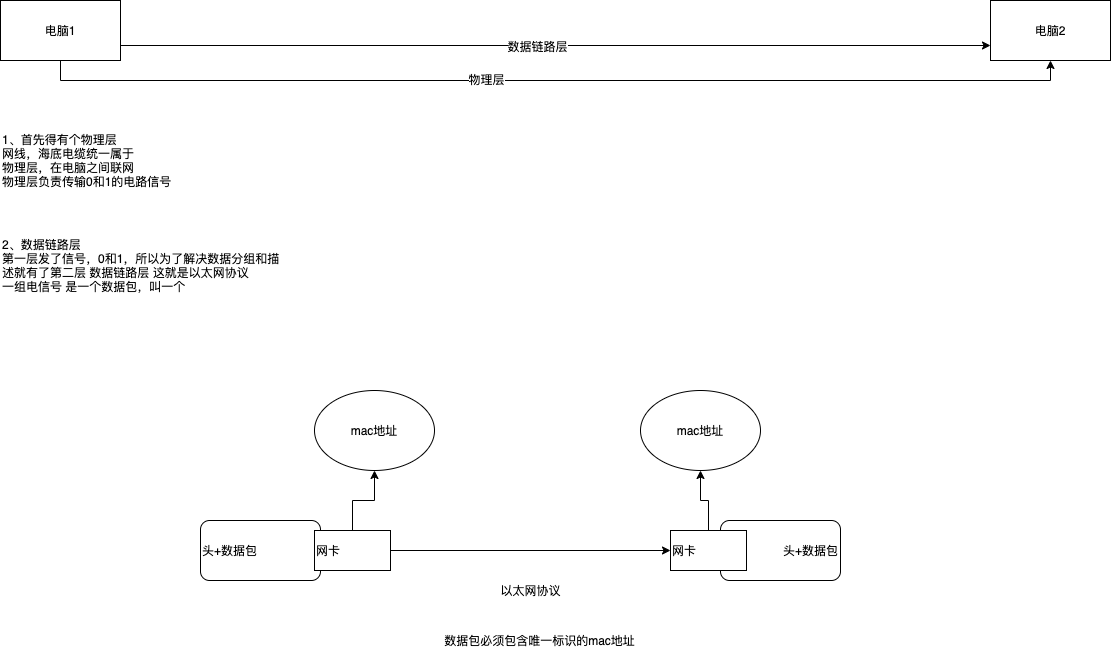
The draw.io diagram cs/tcp-ip-model.png in sivanbil/architecthure-diagram, before a commit. Source tidied: cells renumbered, new cells last; positions are measured from the earlier drawing's top-left corner, leaving out a move shared by most shapes.
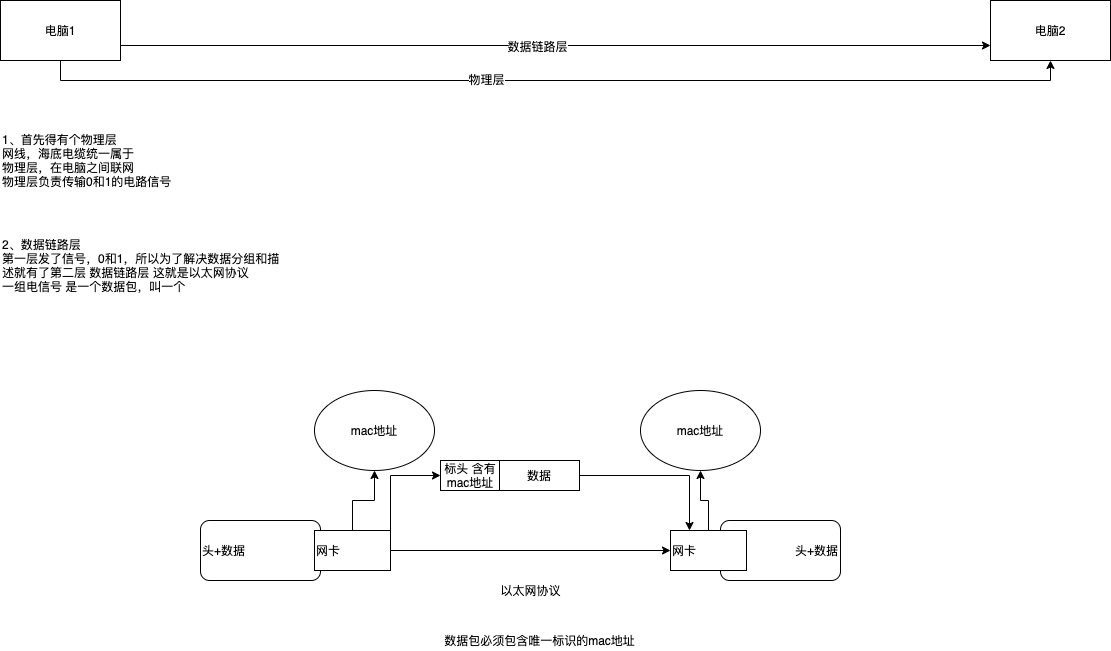
Later version of the same file.

What changed in the source:
```diff
@@ -26,10 +26,10 @@
     <mxCell id="9" value="2、数据链路层 &lt;br&gt;第一层发了信号，0和1，所以为了解决数据分组和描述就有了第二层 数据链路层 这就是以太网协议&lt;br&gt;一组电信号 是一个数据包，叫一个" style="text;html=1;strokeColor=none;fillColor=none;align=left;verticalAlign=middle;whiteSpace=wrap;rounded=0;" parent="1" vertex="1">
       <mxGeometry y="230" width="280" height="70" as="geometry" />
     </mxCell>
-    <mxCell id="10" value="头+数据包" style="rounded=1;whiteSpace=wrap;html=1;align=left;" parent="1" vertex="1">
+    <mxCell id="10" value="头+数据" style="rounded=1;whiteSpace=wrap;html=1;align=left;" parent="1" vertex="1">
       <mxGeometry x="200" y="520" width="120" height="60" as="geometry" />
     </mxCell>
-    <mxCell id="11" value="&lt;span&gt;头+数据包&lt;/span&gt;" style="rounded=1;whiteSpace=wrap;html=1;align=right;" parent="1" vertex="1">
+    <mxCell id="11" value="&lt;span&gt;头+数据&lt;/span&gt;" style="rounded=1;whiteSpace=wrap;html=1;align=right;" parent="1" vertex="1">
       <mxGeometry x="720" y="520" width="120" height="60" as="geometry" />
     </mxCell>
     <mxCell id="12" style="edgeStyle=orthogonalEdgeStyle;rounded=0;jettySize=auto;html=1;exitX=1;exitY=0.5;exitDx=0;exitDy=0;entryX=0;entryY=0.5;entryDx=0;entryDy=0;" parent="1" edge="1" source="14" target="16">
@@ -38,6 +38,9 @@
     <mxCell id="13" style="edgeStyle=orthogonalEdgeStyle;rounded=0;jettySize=auto;html=1;exitX=0.5;exitY=0;exitDx=0;exitDy=0;" parent="1" edge="1" source="14" target="17">
       <mxGeometry relative="1" as="geometry" />
     </mxCell>
+    <mxCell id="21" style="edgeStyle=orthogonalEdgeStyle;rounded=0;jettySize=auto;html=1;exitX=1;exitY=0;exitDx=0;exitDy=0;entryX=0;entryY=0.5;entryDx=0;entryDy=0;" parent="1" edge="1" source="14" target="22">
+      <mxGeometry relative="1" as="geometry" />
+    </mxCell>
     <mxCell id="14" value="网卡" style="rounded=0;whiteSpace=wrap;html=1;align=left;" parent="1" vertex="1">
       <mxGeometry x="314" y="530" width="76" height="40" as="geometry" />
     </mxCell>
@@ -59,5 +62,14 @@
     <mxCell id="20" value="数据包必须包含唯一标识的mac地址" style="text;html=1;align=center;verticalAlign=middle;strokeColor=none;" parent="1" vertex="1">
       <mxGeometry x="434" y="630" width="210" height="20" as="geometry" />
     </mxCell>
+    <mxCell id="22" value="标头 含有mac地址" style="rounded=0;whiteSpace=wrap;html=1;align=center;" parent="1" vertex="1">
+      <mxGeometry x="440" y="460" width="60" height="30" as="geometry" />
+    </mxCell>
+    <mxCell id="23" style="edgeStyle=orthogonalEdgeStyle;rounded=0;jettySize=auto;html=1;exitX=1;exitY=0.5;exitDx=0;exitDy=0;entryX=0.25;entryY=0;entryDx=0;entryDy=0;" parent="1" edge="1" source="24" target="16">
+      <mxGeometry relative="1" as="geometry" />
+    </mxCell>
+    <mxCell id="24" value="数据" style="rounded=0;whiteSpace=wrap;html=1;align=center;" parent="1" vertex="1">
+      <mxGeometry x="499" y="460" width="80" height="30" as="geometry" />
+    </mxCell>
   </root>
 </mxGraphModel>
```
